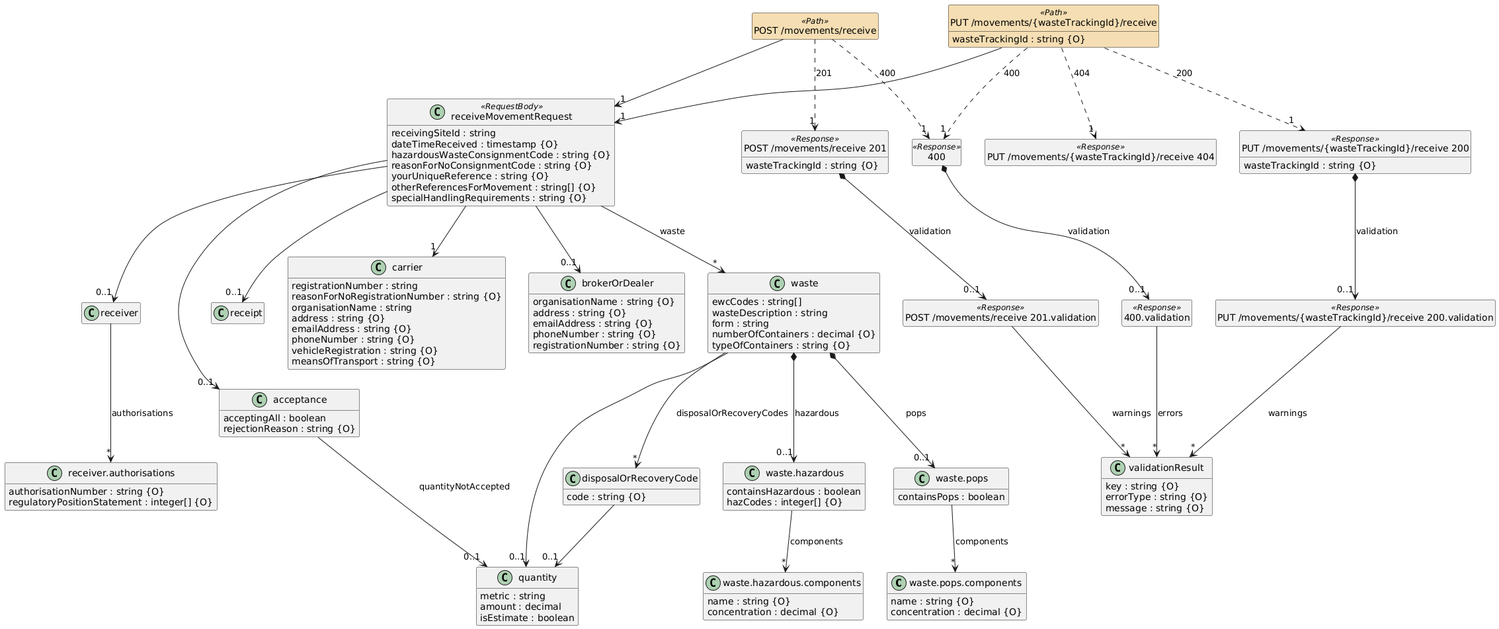
The PlantUML diagram docs/defra-spec.png in abeyonalaja/waste-tracking-service, before a commit.
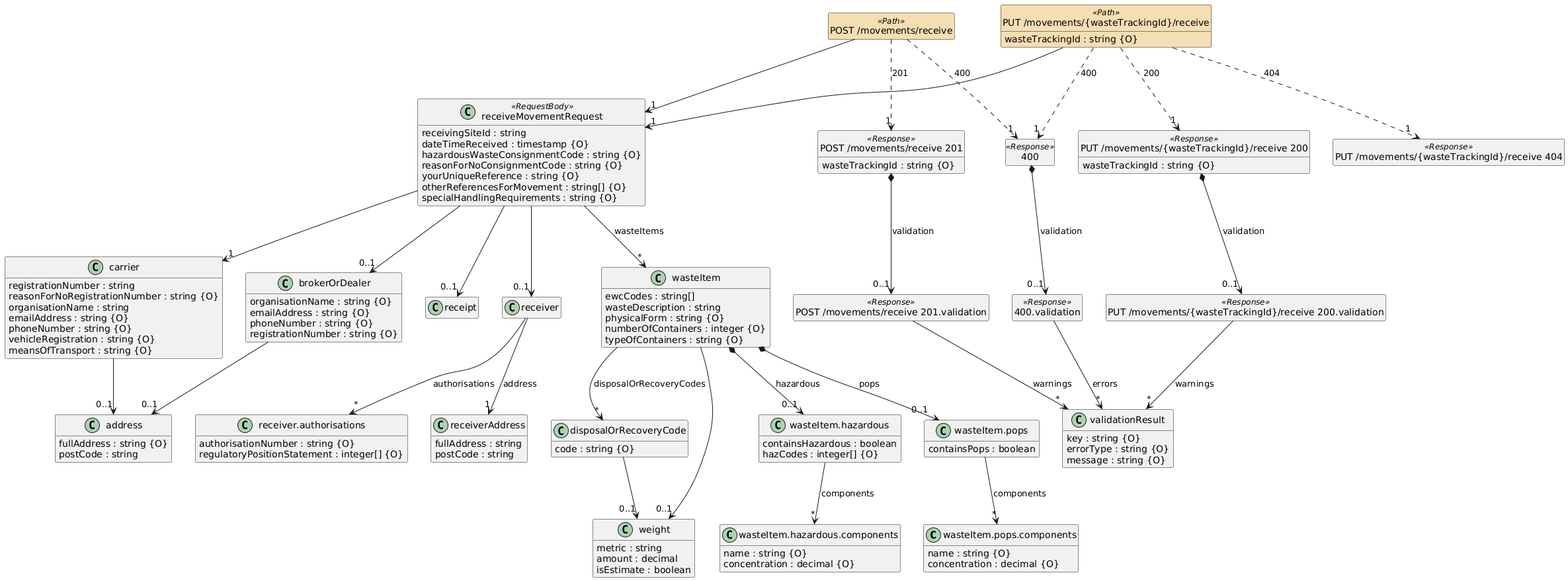
After the commit.

Commit message:
Update DEFRA spec image in documentation

Diff of the diagram source:
```diff
@@ -9,30 +9,30 @@
 }
 set namespaceSeparator none
 
-class "waste.pops.components" {
+class "wasteItem.pops.components" {
   {field} name : string {O}
   {field} concentration : decimal {O}
 }
 
-class "waste.pops" {
+class "wasteItem.pops" {
   {field} containsPops : boolean
 }
 
-class "waste.hazardous.components" {
+class "wasteItem.hazardous.components" {
   {field} name : string {O}
   {field} concentration : decimal {O}
 }
 
-class "waste.hazardous" {
+class "wasteItem.hazardous" {
   {field} containsHazardous : boolean
   {field} hazCodes : integer[] {O}
 }
 
-class "waste" {
+class "wasteItem" {
   {field} ewcCodes : string[]
   {field} wasteDescription : string
-  {field} form : string
-  {field} numberOfContainers : decimal {O}
+  {field} physicalForm : string {O}
+  {field} numberOfContainers : integer {O}
   {field} typeOfContainers : string {O}
 }
 
@@ -40,7 +40,6 @@
   {field} registrationNumber : string
   {field} reasonForNoRegistrationNumber : string {O}
   {field} organisationName : string
-  {field} address : string {O}
   {field} emailAddress : string {O}
   {field} phoneNumber : string {O}
   {field} vehicleRegistration : string {O}
@@ -49,15 +48,9 @@
 
 class "brokerOrDealer" {
   {field} organisationName : string {O}
-  {field} address : string {O}
   {field} emailAddress : string {O}
   {field} phoneNumber : string {O}
   {field} registrationNumber : string {O}
-}
-
-class "acceptance" {
-  {field} acceptingAll : boolean
-  {field} rejectionReason : string {O}
 }
 
 class "receiver.authorisations" {
@@ -75,7 +68,7 @@
   {field} code : string {O}
 }
 
-class "quantity" {
+class "weight" {
   {field} metric : string
   {field} amount : decimal
   {field} isEstimate : boolean
@@ -85,6 +78,16 @@
   {field} key : string {O}
   {field} errorType : string {O}
   {field} message : string {O}
+}
+
+class "address" {
+  {field} fullAddress : string {O}
+  {field} postCode : string
+}
+
+class "receiverAddress" {
+  {field} fullAddress : string
+  {field} postCode : string
 }
 
 class "receiveMovementRequest" <<RequestBody>>  {
@@ -127,31 +130,33 @@
 class "PUT /movements/{wasteTrackingId}/receive 404" <<Response>>  {
 }
 
-"waste" --> "0..1" "quantity"
+"wasteItem" --> "0..1" "weight"
 
-"waste.pops" --> "*" "waste.pops.components"  :  "components"
+"wasteItem.pops" --> "*" "wasteItem.pops.components"  :  "components"
 
-"waste" *--> "0..1" "waste.pops"  :  "pops"
+"wasteItem" *--> "0..1" "wasteItem.pops"  :  "pops"
 
-"waste.hazardous" --> "*" "waste.hazardous.components"  :  "components"
+"wasteItem.hazardous" --> "*" "wasteItem.hazardous.components"  :  "components"
 
-"waste" *--> "0..1" "waste.hazardous"  :  "hazardous"
+"wasteItem" *--> "0..1" "wasteItem.hazardous"  :  "hazardous"
 
-"waste" --> "*" "disposalOrRecoveryCode"  :  "disposalOrRecoveryCodes"
+"wasteItem" --> "*" "disposalOrRecoveryCode"  :  "disposalOrRecoveryCodes"
 
-"acceptance" --> "0..1" "quantity"  :  "quantityNotAccepted"
+"carrier" --> "0..1" "address"
+
+"brokerOrDealer" --> "0..1" "address"
+
+"receiver" --> "1" "receiverAddress"  :  "address"
 
 "receiver" --> "*" "receiver.authorisations"  :  "authorisations"
 
-"disposalOrRecoveryCode" --> "0..1" "quantity"
+"disposalOrRecoveryCode" --> "0..1" "weight"
 
-"receiveMovementRequest" --> "*" "waste"  :  "waste"
+"receiveMovementRequest" --> "*" "wasteItem"  :  "wasteItems"
 
 "receiveMovementRequest" --> "1" "carrier"
 
 "receiveMovementRequest" --> "0..1" "brokerOrDealer"
-
-"receiveMovementRequest" --> "0..1" "acceptance"
 
 "receiveMovementRequest" --> "0..1" "receiver"
 
```
